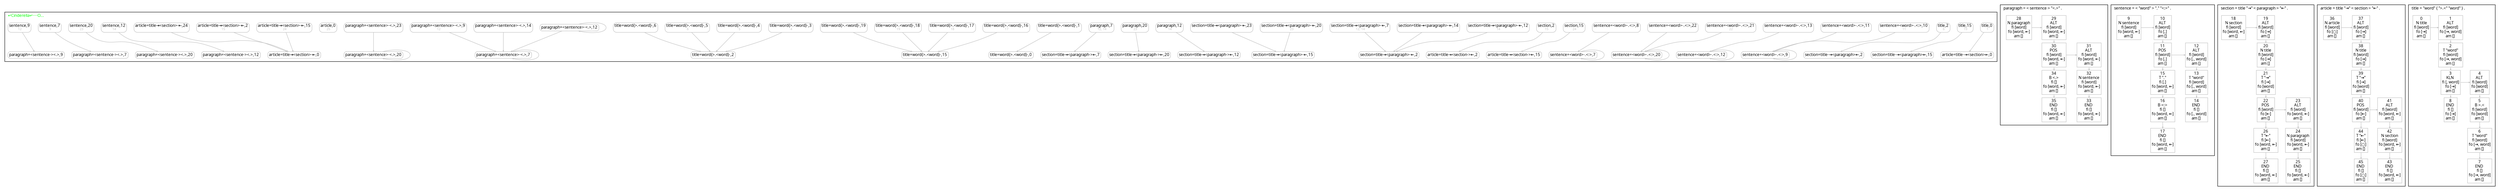
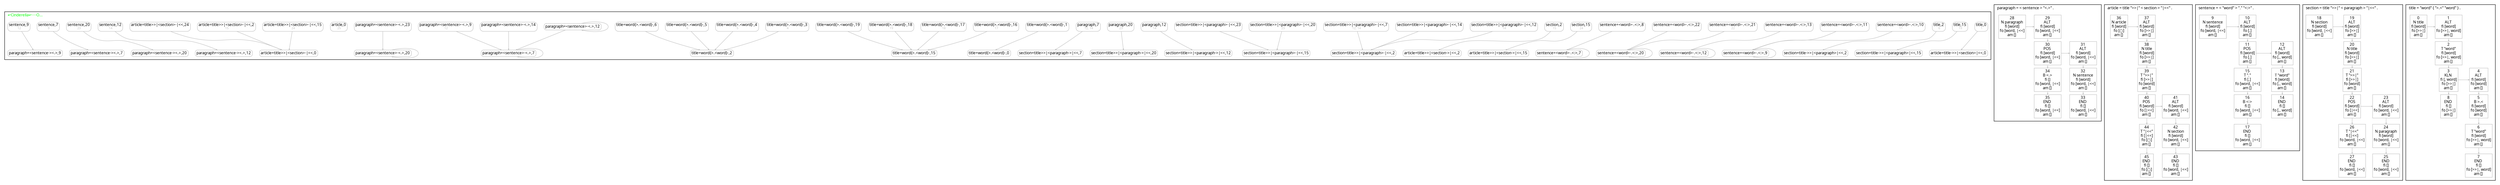
digraph G {
  fontname = Menlo
  fontsize = 10
  node [fontname = Menlo, fontsize = 10, color = gray, height = 0, width = 0, margin= 0.04]
  edge [fontname = Menlo, fontsize = 10, color = gray, arrowsize = 0.3]
  graph [ranksep = 0.1]
  rankdir = "TB"
  subgraph CallReturnForest {
    cluster = true
    label = <↵Cinderella↵····O...> fontcolor = green
    labeljust = l
    node [shape = box, style = rounded, height = 0]
    0.0 [label = <title,0<br/><font color="gray" point-size="8.0"> 1</font>>]
    0.0 -> 38.0
    0.15 [label = <title,15<br/><font color="gray" point-size="8.0"> 19</font>>]
    0.15 -> 20.15
    0.2 [label = <title,2<br/><font color="gray" point-size="8.0"> 6</font>>]
    0.2 -> 20.2
    11.10 [label = <sentence=&lt;word&gt;·.&lt;:&gt;,10<br/><font color="gray" point-size="8.0"> 11</font>>]
    11.10 -> 11.9
    11.11 [label = <sentence=&lt;word&gt;·.&lt;:&gt;,11<br/><font color="gray" point-size="8.0"> </font>>]
    11.11 -> 11.9
    11.12 [label = <sentence=&lt;word&gt;·.&lt;:&gt;,12<br/><font color="gray" point-size="8.0"> 13</font>>]
    11.12 -> 11.12
    11.13 [label = <sentence=&lt;word&gt;·.&lt;:&gt;,13<br/><font color="gray" point-size="8.0"> </font>>]
    11.13 -> 11.12
    11.20 [label = <sentence=&lt;word&gt;·.&lt;:&gt;,20<br/><font color="gray" point-size="8.0"> 21</font>>]
    11.20 -> 11.20
    11.21 [label = <sentence=&lt;word&gt;·.&lt;:&gt;,21<br/><font color="gray" point-size="8.0"> 22</font>>]
    11.21 -> 11.20
    11.22 [label = <sentence=&lt;word&gt;·.&lt;:&gt;,22<br/><font color="gray" point-size="8.0"> </font>>]
    11.22 -> 11.20
    11.7 [label = <sentence=&lt;word&gt;·.&lt;:&gt;,7<br/><font color="gray" point-size="8.0"> 8</font>>]
    11.7 -> 11.7
    11.8 [label = <sentence=&lt;word&gt;·.&lt;:&gt;,8<br/><font color="gray" point-size="8.0"> </font>>]
    11.8 -> 11.7
    11.9 [label = <sentence=&lt;word&gt;·.&lt;:&gt;,9<br/><font color="gray" point-size="8.0"> 10</font>>]
    11.9 -> 11.9
    18.15 [label = <section,15<br/><font color="gray" point-size="8.0"> 24</font>>]
    18.15 -> 42.15
    18.2 [label = <section,2<br/><font color="gray" point-size="8.0"> 15</font>>]
    18.2 -> 42.2
-     22.12 [label = <section=title⇥&lt;paragraph&gt;·⇤,12<br/><font color="gray" point-size="8.0"> 14</font>>]
+     22.12 [label = <section=title&gt;&gt;|&lt;paragraph&gt;·|&lt;&lt;,12<br/><font color="gray" point-size="8.0"> 14</font>>]
    22.12 -> 22.2
-     22.14 [label = <section=title⇥&lt;paragraph&gt;·⇤,14<br/><font color="gray" point-size="8.0"> </font>>]
+     22.14 [label = <section=title&gt;&gt;|&lt;paragraph&gt;·|&lt;&lt;,14<br/><font color="gray" point-size="8.0"> </font>>]
    22.14 -> 22.2
-     22.20 [label = <section=title⇥&lt;paragraph&gt;·⇤,20<br/><font color="gray" point-size="8.0"> 23</font>>]
+     22.20 [label = <section=title&gt;&gt;|&lt;paragraph&gt;·|&lt;&lt;,20<br/><font color="gray" point-size="8.0"> 23</font>>]
    22.20 -> 22.15
-     22.23 [label = <section=title⇥&lt;paragraph&gt;·⇤,23<br/><font color="gray" point-size="8.0"> </font>>]
+     22.23 [label = <section=title&gt;&gt;|&lt;paragraph&gt;·|&lt;&lt;,23<br/><font color="gray" point-size="8.0"> </font>>]
    22.23 -> 22.15
-     22.7 [label = <section=title⇥&lt;paragraph&gt;·⇤,7<br/><font color="gray" point-size="8.0"> 12, 14</font>>]
+     22.7 [label = <section=title&gt;&gt;|&lt;paragraph&gt;·|&lt;&lt;,7<br/><font color="gray" point-size="8.0"> 12, 14</font>>]
    22.7 -> 22.2
    28.12 [label = <paragraph,12<br/><font color="gray" point-size="8.0"> 14</font>>]
    28.12 -> 24.12
    28.20 [label = <paragraph,20<br/><font color="gray" point-size="8.0"> 23</font>>]
    28.20 -> 24.20
    28.7 [label = <paragraph,7<br/><font color="gray" point-size="8.0"> 12, 14</font>>]
    28.7 -> 24.7
    3.1 [label = <title=word{&gt;.&lt;word}·,1<br/><font color="gray" point-size="8.0"> </font>>]
    3.1 -> 3.0
    3.16 [label = <title=word{&gt;.&lt;word}·,16<br/><font color="gray" point-size="8.0"> 17</font>>]
    3.16 -> 3.15
    3.17 [label = <title=word{&gt;.&lt;word}·,17<br/><font color="gray" point-size="8.0"> 18</font>>]
    3.17 -> 3.15
    3.18 [label = <title=word{&gt;.&lt;word}·,18<br/><font color="gray" point-size="8.0"> 19</font>>]
    3.18 -> 3.15
    3.19 [label = <title=word{&gt;.&lt;word}·,19<br/><font color="gray" point-size="8.0"> </font>>]
    3.19 -> 3.15
    3.3 [label = <title=word{&gt;.&lt;word}·,3<br/><font color="gray" point-size="8.0"> 4</font>>]
    3.3 -> 3.2
    3.4 [label = <title=word{&gt;.&lt;word}·,4<br/><font color="gray" point-size="8.0"> 5</font>>]
    3.4 -> 3.2
    3.5 [label = <title=word{&gt;.&lt;word}·,5<br/><font color="gray" point-size="8.0"> 6</font>>]
    3.5 -> 3.2
    3.6 [label = <title=word{&gt;.&lt;word}·,6<br/><font color="gray" point-size="8.0"> </font>>]
    3.6 -> 3.2
    30.12 [label = <paragraph=&lt;sentence&gt;·&lt;.&gt;,12<br/><font color="gray" point-size="8.0"> 14</font>>]
+     30.12 -> 30.12
    30.12 -> 30.7
-     30.12 -> 30.12
    30.14 [label = <paragraph=&lt;sentence&gt;·&lt;.&gt;,14<br/><font color="gray" point-size="8.0"> </font>>]
    30.14 -> 30.7
    30.20 [label = <paragraph=&lt;sentence&gt;·&lt;.&gt;,20<br/><font color="gray" point-size="8.0"> 23</font>>]
    30.20 -> 30.20
    30.23 [label = <paragraph=&lt;sentence&gt;·&lt;.&gt;,23<br/><font color="gray" point-size="8.0"> </font>>]
    30.23 -> 30.20
    30.7 [label = <paragraph=&lt;sentence&gt;·&lt;.&gt;,7<br/><font color="gray" point-size="8.0"> 9</font>>]
    30.7 -> 30.7
    30.9 [label = <paragraph=&lt;sentence&gt;·&lt;.&gt;,9<br/><font color="gray" point-size="8.0"> 12</font>>]
    30.9 -> 30.7
    36.0 [label = <article,0<br/><font color="gray" point-size="8.0"> 25</font>>]
-     40.15 [label = <article=title⇥&lt;section&gt;·⇤,15<br/><font color="gray" point-size="8.0"> 24</font>>]
+     40.15 [label = <article=title&gt;&gt;|&lt;section&gt;·|&lt;&lt;,15<br/><font color="gray" point-size="8.0"> 24</font>>]
    40.15 -> 40.0
-     40.2 [label = <article=title⇥&lt;section&gt;·⇤,2<br/><font color="gray" point-size="8.0"> 15</font>>]
+     40.2 [label = <article=title&gt;&gt;|&lt;section&gt;·|&lt;&lt;,2<br/><font color="gray" point-size="8.0"> 15</font>>]
    40.2 -> 40.0
-     40.24 [label = <article=title⇥&lt;section&gt;·⇤,24<br/><font color="gray" point-size="8.0"> </font>>]
+     40.24 [label = <article=title&gt;&gt;|&lt;section&gt;·|&lt;&lt;,24<br/><font color="gray" point-size="8.0"> </font>>]
    40.24 -> 40.0
    9.12 [label = <sentence,12<br/><font color="gray" point-size="8.0"> 14</font>>]
    9.12 -> 32.12
    9.20 [label = <sentence,20<br/><font color="gray" point-size="8.0"> 23</font>>]
    9.20 -> 32.20
    9.7 [label = <sentence,7<br/><font color="gray" point-size="8.0"> 9</font>>]
    9.7 -> 32.7
    9.9 [label = <sentence,9<br/><font color="gray" point-size="8.0"> 12</font>>]
    9.9 -> 32.9
    11.12 [label = <sentence=&lt;word&gt;·.&lt;:&gt;,12>]
    11.20 [label = <sentence=&lt;word&gt;·.&lt;:&gt;,20>]
    11.7 [label = <sentence=&lt;word&gt;·.&lt;:&gt;,7>]
    11.9 [label = <sentence=&lt;word&gt;·.&lt;:&gt;,9>]
-     20.15 [label = <section=title·⇥&lt;paragraph&gt;⇤,15>]
-     20.2 [label = <section=title·⇥&lt;paragraph&gt;⇤,2>]
-     22.15 [label = <section=title⇥&lt;paragraph&gt;·⇤,15>]
-     22.2 [label = <section=title⇥&lt;paragraph&gt;·⇤,2>]
-     24.12 [label = <section=title⇥&lt;paragraph·&gt;⇤,12>]
-     24.20 [label = <section=title⇥&lt;paragraph·&gt;⇤,20>]
-     24.7 [label = <section=title⇥&lt;paragraph·&gt;⇤,7>]
+     20.15 [label = <section=title·&gt;&gt;|&lt;paragraph&gt;|&lt;&lt;,15>]
+     20.2 [label = <section=title·&gt;&gt;|&lt;paragraph&gt;|&lt;&lt;,2>]
+     22.15 [label = <section=title&gt;&gt;|&lt;paragraph&gt;·|&lt;&lt;,15>]
+     22.2 [label = <section=title&gt;&gt;|&lt;paragraph&gt;·|&lt;&lt;,2>]
+     24.12 [label = <section=title&gt;&gt;|&lt;paragraph·&gt;|&lt;&lt;,12>]
+     24.20 [label = <section=title&gt;&gt;|&lt;paragraph·&gt;|&lt;&lt;,20>]
+     24.7 [label = <section=title&gt;&gt;|&lt;paragraph·&gt;|&lt;&lt;,7>]
    3.0 [label = <title=word{&gt;.&lt;word}·,0>]
    3.15 [label = <title=word{&gt;.&lt;word}·,15>]
    3.2 [label = <title=word{&gt;.&lt;word}·,2>]
    30.12 [label = <paragraph=&lt;sentence&gt;·&lt;.&gt;,12>]
    30.20 [label = <paragraph=&lt;sentence&gt;·&lt;.&gt;,20>]
    30.7 [label = <paragraph=&lt;sentence&gt;·&lt;.&gt;,7>]
    32.12 [label = <paragraph=&lt;sentence·&gt;&lt;.&gt;,12>]
    32.20 [label = <paragraph=&lt;sentence·&gt;&lt;.&gt;,20>]
    32.7 [label = <paragraph=&lt;sentence·&gt;&lt;.&gt;,7>]
    32.9 [label = <paragraph=&lt;sentence·&gt;&lt;.&gt;,9>]
-     38.0 [label = <article=title·⇥&lt;section&gt;⇤,0>]
-     40.0 [label = <article=title⇥&lt;section&gt;·⇤,0>]
-     42.15 [label = <article=title⇥&lt;section·&gt;⇤,15>]
-     42.2 [label = <article=title⇥&lt;section·&gt;⇤,2>]
+     38.0 [label = <article=title·&gt;&gt;|&lt;section&gt;|&lt;&lt;,0>]
+     40.0 [label = <article=title&gt;&gt;|&lt;section&gt;·|&lt;&lt;,0>]
+     42.15 [label = <article=title&gt;&gt;|&lt;section·&gt;|&lt;&lt;,15>]
+     42.2 [label = <article=title&gt;&gt;|&lt;section·&gt;|&lt;&lt;,2>]
  }
  subgraph clusterparagraph {
    node [shape = box]
    label = <paragraph = &lt; sentence &gt; "&lt;.&gt;" .>
    labeljust = l
-     paragraphR0C0 [label = <28<br/>N paragraph<br/>fi [word]<br/>fo [word, ⇤]<br/>am [] >]
-     paragraphR0C1 [label = <29<br/>ALT <br/>fi [word]<br/>fo [word, ⇤]<br/>am [] >]
-     paragraphR1C1 [label = <30<br/>POS <br/>fi [word]<br/>fo [word, ⇤]<br/>am [] >]
-     paragraphR2C1 [label = <34<br/>B &lt;.&gt;<br/>fi []<br/>fo [word, ⇤]<br/>am [] >]
-     paragraphR3C1 [label = <35<br/>END <br/>fi []<br/>fo [word, ⇤]<br/>am [] >]
+     paragraphR0C0 [label = <28<br/>N paragraph<br/>fi [word]<br/>fo [word, |&lt;&lt;]<br/>am [] >]
+     paragraphR0C1 [label = <29<br/>ALT <br/>fi [word]<br/>fo [word, |&lt;&lt;]<br/>am [] >]
+     paragraphR1C1 [label = <30<br/>POS <br/>fi [word]<br/>fo [word, |&lt;&lt;]<br/>am [] >]
+     paragraphR2C1 [label = <34<br/>B &lt;.&gt;<br/>fi []<br/>fo [word, |&lt;&lt;]<br/>am [] >]
+     paragraphR3C1 [label = <35<br/>END <br/>fi []<br/>fo [word, |&lt;&lt;]<br/>am [] >]
    paragraphR2C1 -> paragraphR3C1 [weight=100000000]
    paragraphR1C1 -> paragraphR2C1 [weight=100000000]
-     paragraphR1C2 [label = <31<br/>ALT <br/>fi [word]<br/>fo [word, ⇤]<br/>am [] >]
-     paragraphR2C2 [label = <32<br/>N sentence<br/>fi [word]<br/>fo [word, ⇤]<br/>am [] >]
-     paragraphR3C2 [label = <33<br/>END <br/>fi []<br/>fo [word, ⇤]<br/>am [] >]
+     paragraphR1C2 [label = <31<br/>ALT <br/>fi [word]<br/>fo [word, |&lt;&lt;]<br/>am [] >]
+     paragraphR2C2 [label = <32<br/>N sentence<br/>fi [word]<br/>fo [word, |&lt;&lt;]<br/>am [] >]
+     paragraphR3C2 [label = <33<br/>END <br/>fi []<br/>fo [word, |&lt;&lt;]<br/>am [] >]
    paragraphR2C2 -> paragraphR3C2 [weight=100000000]
    paragraphR1C2 -> paragraphR2C2 [weight=100000000]
    rank = same {paragraphR1C1 -> paragraphR1C2}
    paragraphR0C1 -> paragraphR1C1 [weight=100000000]
    rank = same {paragraphR0C0 -> paragraphR0C1}
    node [style = invis]
    edge [style = invis]
    rank = same {paragraphR0C1 -> paragraphR0C2}
    paragraphR0C0 -> paragraphR1C0 [weight=100000000]
    rank = same {paragraphR1C0 -> paragraphR1C1}
    paragraphR0C2 -> paragraphR1C2 [weight=100000000]
    paragraphR1C0 -> paragraphR2C0 [weight=100000000]
    rank = same {paragraphR2C0 -> paragraphR2C1}
    paragraphR2C0 -> paragraphR3C0 [weight=100000000]
    rank = same {paragraphR3C0 -> paragraphR3C1}
  }
+   subgraph clusterarticle {
+     node [shape = box]
+     label = <article = title "&gt;&gt;|" &lt; section &gt; "|&lt;&lt;" .>
+     labeljust = l
+     articleR0C0 [label = <36<br/>N article<br/>fi [word]<br/>fo [○]<br/>am [] >]
+     articleR0C1 [label = <37<br/>ALT <br/>fi [word]<br/>fo [&gt;&gt;|]<br/>am [] >]
+     articleR1C1 [label = <38<br/>N title<br/>fi [word]<br/>fo [&gt;&gt;|]<br/>am [] >]
+     articleR2C1 [label = <39<br/>T "&gt;&gt;|"<br/>fi [&gt;&gt;|]<br/>fo [word]<br/>am [] >]
+     articleR3C1 [label = <40<br/>POS <br/>fi [word]<br/>fo [|&lt;&lt;]<br/>am [] >]
+     articleR4C1 [label = <44<br/>T "|&lt;&lt;"<br/>fi [|&lt;&lt;]<br/>fo [○]<br/>am [] >]
+     articleR5C1 [label = <45<br/>END <br/>fi []<br/>fo [○]<br/>am [] >]
+     articleR4C1 -> articleR5C1 [weight=100000000]
+     articleR3C1 -> articleR4C1 [weight=100000000]
+     articleR3C2 [label = <41<br/>ALT <br/>fi [word]<br/>fo [word, |&lt;&lt;]<br/>am [] >]
+     articleR4C2 [label = <42<br/>N section<br/>fi [word]<br/>fo [word, |&lt;&lt;]<br/>am [] >]
+     articleR5C2 [label = <43<br/>END <br/>fi []<br/>fo [word, |&lt;&lt;]<br/>am [] >]
+     articleR4C2 -> articleR5C2 [weight=100000000]
+     articleR3C2 -> articleR4C2 [weight=100000000]
+     rank = same {articleR3C1 -> articleR3C2}
+     articleR2C1 -> articleR3C1 [weight=100000000]
+     articleR1C1 -> articleR2C1 [weight=100000000]
+     articleR0C1 -> articleR1C1 [weight=100000000]
+     rank = same {articleR0C0 -> articleR0C1}
+     node [style = invis]
+     edge [style = invis]
+     rank = same {articleR0C1 -> articleR0C2}
+     articleR0C0 -> articleR1C0 [weight=100000000]
+     rank = same {articleR1C0 -> articleR1C1}
+     articleR0C2 -> articleR1C2 [weight=100000000]
+     rank = same {articleR1C1 -> articleR1C2}
+     articleR1C0 -> articleR2C0 [weight=100000000]
+     rank = same {articleR2C0 -> articleR2C1}
+     articleR1C2 -> articleR2C2 [weight=100000000]
+     rank = same {articleR2C1 -> articleR2C2}
+     articleR2C0 -> articleR3C0 [weight=100000000]
+     rank = same {articleR3C0 -> articleR3C1}
+     articleR2C2 -> articleR3C2 [weight=100000000]
+     articleR3C0 -> articleR4C0 [weight=100000000]
+     rank = same {articleR4C0 -> articleR4C1}
+     articleR4C0 -> articleR5C0 [weight=100000000]
+     rank = same {articleR5C0 -> articleR5C1}
+   }
  subgraph clustersentence {
    node [shape = box]
    label = <sentence = &lt; "word" &gt; "." "&lt;:&gt;" .>
    labeljust = l
-     sentenceR0C0 [label = <9<br/>N sentence<br/>fi [word]<br/>fo [word, ⇤]<br/>am [] >]
+     sentenceR0C0 [label = <9<br/>N sentence<br/>fi [word]<br/>fo [word, |&lt;&lt;]<br/>am [] >]
    sentenceR0C1 [label = <10<br/>ALT <br/>fi [word]<br/>fo [.]<br/>am [] >]
    sentenceR1C1 [label = <11<br/>POS <br/>fi [word]<br/>fo [.]<br/>am [] >]
-     sentenceR2C1 [label = <15<br/>T "."<br/>fi [.]<br/>fo [word, ⇤]<br/>am [] >]
-     sentenceR3C1 [label = <16<br/>B &lt;:&gt;<br/>fi []<br/>fo [word, ⇤]<br/>am [] >]
-     sentenceR4C1 [label = <17<br/>END <br/>fi []<br/>fo [word, ⇤]<br/>am [] >]
+     sentenceR2C1 [label = <15<br/>T "."<br/>fi [.]<br/>fo [word, |&lt;&lt;]<br/>am [] >]
+     sentenceR3C1 [label = <16<br/>B &lt;:&gt;<br/>fi []<br/>fo [word, |&lt;&lt;]<br/>am [] >]
+     sentenceR4C1 [label = <17<br/>END <br/>fi []<br/>fo [word, |&lt;&lt;]<br/>am [] >]
    sentenceR3C1 -> sentenceR4C1 [weight=100000000]
    sentenceR2C1 -> sentenceR3C1 [weight=100000000]
    sentenceR1C1 -> sentenceR2C1 [weight=100000000]
    sentenceR1C2 [label = <12<br/>ALT <br/>fi [word]<br/>fo [., word]<br/>am [] >]
    sentenceR2C2 [label = <13<br/>T "word"<br/>fi [word]<br/>fo [., word]<br/>am [] >]
    sentenceR3C2 [label = <14<br/>END <br/>fi []<br/>fo [., word]<br/>am [] >]
    sentenceR2C2 -> sentenceR3C2 [weight=100000000]
    sentenceR1C2 -> sentenceR2C2 [weight=100000000]
    rank = same {sentenceR1C1 -> sentenceR1C2}
    sentenceR0C1 -> sentenceR1C1 [weight=100000000]
    rank = same {sentenceR0C0 -> sentenceR0C1}
    node [style = invis]
    edge [style = invis]
    rank = same {sentenceR0C1 -> sentenceR0C2}
    sentenceR0C0 -> sentenceR1C0 [weight=100000000]
    rank = same {sentenceR1C0 -> sentenceR1C1}
    sentenceR0C2 -> sentenceR1C2 [weight=100000000]
    sentenceR1C0 -> sentenceR2C0 [weight=100000000]
    rank = same {sentenceR2C0 -> sentenceR2C1}
    sentenceR2C0 -> sentenceR3C0 [weight=100000000]
    rank = same {sentenceR3C0 -> sentenceR3C1}
    sentenceR3C0 -> sentenceR4C0 [weight=100000000]
    rank = same {sentenceR4C0 -> sentenceR4C1}
    sentenceR3C2 -> sentenceR4C2 [weight=100000000]
    rank = same {sentenceR4C1 -> sentenceR4C2}
  }
  subgraph clustersection {
    node [shape = box]
-     label = <section = title "⇥" &lt; paragraph &gt; "⇤" .>
-     labeljust = l
-     sectionR0C0 [label = <18<br/>N section<br/>fi [word]<br/>fo [word, ⇤]<br/>am [] >]
-     sectionR0C1 [label = <19<br/>ALT <br/>fi [word]<br/>fo [⇥]<br/>am [] >]
-     sectionR1C1 [label = <20<br/>N title<br/>fi [word]<br/>fo [⇥]<br/>am [] >]
-     sectionR2C1 [label = <21<br/>T "⇥"<br/>fi [⇥]<br/>fo [word]<br/>am [] >]
-     sectionR3C1 [label = <22<br/>POS <br/>fi [word]<br/>fo [⇤]<br/>am [] >]
-     sectionR4C1 [label = <26<br/>T "⇤"<br/>fi [⇤]<br/>fo [word, ⇤]<br/>am [] >]
-     sectionR5C1 [label = <27<br/>END <br/>fi []<br/>fo [word, ⇤]<br/>am [] >]
+     label = <section = title "&gt;&gt;|" &lt; paragraph &gt; "|&lt;&lt;" .>
+     labeljust = l
+     sectionR0C0 [label = <18<br/>N section<br/>fi [word]<br/>fo [word, |&lt;&lt;]<br/>am [] >]
+     sectionR0C1 [label = <19<br/>ALT <br/>fi [word]<br/>fo [&gt;&gt;|]<br/>am [] >]
+     sectionR1C1 [label = <20<br/>N title<br/>fi [word]<br/>fo [&gt;&gt;|]<br/>am [] >]
+     sectionR2C1 [label = <21<br/>T "&gt;&gt;|"<br/>fi [&gt;&gt;|]<br/>fo [word]<br/>am [] >]
+     sectionR3C1 [label = <22<br/>POS <br/>fi [word]<br/>fo [|&lt;&lt;]<br/>am [] >]
+     sectionR4C1 [label = <26<br/>T "|&lt;&lt;"<br/>fi [|&lt;&lt;]<br/>fo [word, |&lt;&lt;]<br/>am [] >]
+     sectionR5C1 [label = <27<br/>END <br/>fi []<br/>fo [word, |&lt;&lt;]<br/>am [] >]
    sectionR4C1 -> sectionR5C1 [weight=100000000]
    sectionR3C1 -> sectionR4C1 [weight=100000000]
-     sectionR3C2 [label = <23<br/>ALT <br/>fi [word]<br/>fo [word, ⇤]<br/>am [] >]
-     sectionR4C2 [label = <24<br/>N paragraph<br/>fi [word]<br/>fo [word, ⇤]<br/>am [] >]
-     sectionR5C2 [label = <25<br/>END <br/>fi []<br/>fo [word, ⇤]<br/>am [] >]
+     sectionR3C2 [label = <23<br/>ALT <br/>fi [word]<br/>fo [word, |&lt;&lt;]<br/>am [] >]
+     sectionR4C2 [label = <24<br/>N paragraph<br/>fi [word]<br/>fo [word, |&lt;&lt;]<br/>am [] >]
+     sectionR5C2 [label = <25<br/>END <br/>fi []<br/>fo [word, |&lt;&lt;]<br/>am [] >]
    sectionR4C2 -> sectionR5C2 [weight=100000000]
    sectionR3C2 -> sectionR4C2 [weight=100000000]
    rank = same {sectionR3C1 -> sectionR3C2}
    sectionR2C1 -> sectionR3C1 [weight=100000000]
    sectionR1C1 -> sectionR2C1 [weight=100000000]
    sectionR0C1 -> sectionR1C1 [weight=100000000]
    rank = same {sectionR0C0 -> sectionR0C1}
    node [style = invis]
    edge [style = invis]
    rank = same {sectionR0C1 -> sectionR0C2}
    sectionR0C0 -> sectionR1C0 [weight=100000000]
    rank = same {sectionR1C0 -> sectionR1C1}
    sectionR0C2 -> sectionR1C2 [weight=100000000]
    rank = same {sectionR1C1 -> sectionR1C2}
    sectionR1C0 -> sectionR2C0 [weight=100000000]
    rank = same {sectionR2C0 -> sectionR2C1}
    sectionR1C2 -> sectionR2C2 [weight=100000000]
    rank = same {sectionR2C1 -> sectionR2C2}
    sectionR2C0 -> sectionR3C0 [weight=100000000]
    rank = same {sectionR3C0 -> sectionR3C1}
    sectionR2C2 -> sectionR3C2 [weight=100000000]
    sectionR3C0 -> sectionR4C0 [weight=100000000]
    rank = same {sectionR4C0 -> sectionR4C1}
    sectionR4C0 -> sectionR5C0 [weight=100000000]
    rank = same {sectionR5C0 -> sectionR5C1}
  }
-   subgraph clusterarticle {
-     node [shape = box]
-     label = <article = title "⇥" &lt; section &gt; "⇤" .>
-     labeljust = l
-     articleR0C0 [label = <36<br/>N article<br/>fi [word]<br/>fo [○]<br/>am [] >]
-     articleR0C1 [label = <37<br/>ALT <br/>fi [word]<br/>fo [⇥]<br/>am [] >]
-     articleR1C1 [label = <38<br/>N title<br/>fi [word]<br/>fo [⇥]<br/>am [] >]
-     articleR2C1 [label = <39<br/>T "⇥"<br/>fi [⇥]<br/>fo [word]<br/>am [] >]
-     articleR3C1 [label = <40<br/>POS <br/>fi [word]<br/>fo [⇤]<br/>am [] >]
-     articleR4C1 [label = <44<br/>T "⇤"<br/>fi [⇤]<br/>fo [○]<br/>am [] >]
-     articleR5C1 [label = <45<br/>END <br/>fi []<br/>fo [○]<br/>am [] >]
-     articleR4C1 -> articleR5C1 [weight=100000000]
-     articleR3C1 -> articleR4C1 [weight=100000000]
-     articleR3C2 [label = <41<br/>ALT <br/>fi [word]<br/>fo [word, ⇤]<br/>am [] >]
-     articleR4C2 [label = <42<br/>N section<br/>fi [word]<br/>fo [word, ⇤]<br/>am [] >]
-     articleR5C2 [label = <43<br/>END <br/>fi []<br/>fo [word, ⇤]<br/>am [] >]
-     articleR4C2 -> articleR5C2 [weight=100000000]
-     articleR3C2 -> articleR4C2 [weight=100000000]
-     rank = same {articleR3C1 -> articleR3C2}
-     articleR2C1 -> articleR3C1 [weight=100000000]
-     articleR1C1 -> articleR2C1 [weight=100000000]
-     articleR0C1 -> articleR1C1 [weight=100000000]
-     rank = same {articleR0C0 -> articleR0C1}
-     node [style = invis]
-     edge [style = invis]
-     rank = same {articleR0C1 -> articleR0C2}
-     articleR0C0 -> articleR1C0 [weight=100000000]
-     rank = same {articleR1C0 -> articleR1C1}
-     articleR0C2 -> articleR1C2 [weight=100000000]
-     rank = same {articleR1C1 -> articleR1C2}
-     articleR1C0 -> articleR2C0 [weight=100000000]
-     rank = same {articleR2C0 -> articleR2C1}
-     articleR1C2 -> articleR2C2 [weight=100000000]
-     rank = same {articleR2C1 -> articleR2C2}
-     articleR2C0 -> articleR3C0 [weight=100000000]
-     rank = same {articleR3C0 -> articleR3C1}
-     articleR2C2 -> articleR3C2 [weight=100000000]
-     articleR3C0 -> articleR4C0 [weight=100000000]
-     rank = same {articleR4C0 -> articleR4C1}
-     articleR4C0 -> articleR5C0 [weight=100000000]
-     rank = same {articleR5C0 -> articleR5C1}
-   }
  subgraph clustertitle {
    node [shape = box]
    label = <title = "word" { "&gt;.&lt;" "word" } .>
    labeljust = l
-     titleR0C0 [label = <0<br/>N title<br/>fi [word]<br/>fo [⇥]<br/>am [] >]
-     titleR0C1 [label = <1<br/>ALT <br/>fi [word]<br/>fo [⇥, word]<br/>am [] >]
-     titleR1C1 [label = <2<br/>T "word"<br/>fi [word]<br/>fo [⇥, word]<br/>am [] >]
-     titleR2C1 [label = <3<br/>KLN <br/>fi [, word]<br/>fo [⇥]<br/>am [] >]
-     titleR3C1 [label = <8<br/>END <br/>fi []<br/>fo [⇥]<br/>am [] >]
+     titleR0C0 [label = <0<br/>N title<br/>fi [word]<br/>fo [&gt;&gt;|]<br/>am [] >]
+     titleR0C1 [label = <1<br/>ALT <br/>fi [word]<br/>fo [&gt;&gt;|, word]<br/>am [] >]
+     titleR1C1 [label = <2<br/>T "word"<br/>fi [word]<br/>fo [&gt;&gt;|, word]<br/>am [] >]
+     titleR2C1 [label = <3<br/>KLN <br/>fi [, word]<br/>fo [&gt;&gt;|]<br/>am [] >]
+     titleR3C1 [label = <8<br/>END <br/>fi []<br/>fo [&gt;&gt;|]<br/>am [] >]
    titleR2C1 -> titleR3C1 [weight=100000000]
    titleR2C2 [label = <4<br/>ALT <br/>fi [word]<br/>fo [word]<br/>am [] >]
    titleR3C2 [label = <5<br/>B &gt;.&lt;<br/>fi [word]<br/>fo [word]<br/>am [] >]
-     titleR4C2 [label = <6<br/>T "word"<br/>fi [word]<br/>fo [⇥, word]<br/>am [] >]
-     titleR5C2 [label = <7<br/>END <br/>fi []<br/>fo [⇥, word]<br/>am [] >]
+     titleR4C2 [label = <6<br/>T "word"<br/>fi [word]<br/>fo [&gt;&gt;|, word]<br/>am [] >]
+     titleR5C2 [label = <7<br/>END <br/>fi []<br/>fo [&gt;&gt;|, word]<br/>am [] >]
    titleR4C2 -> titleR5C2 [weight=100000000]
    titleR3C2 -> titleR4C2 [weight=100000000]
    titleR2C2 -> titleR3C2 [weight=100000000]
    rank = same {titleR2C1 -> titleR2C2}
    titleR1C1 -> titleR2C1 [weight=100000000]
    titleR0C1 -> titleR1C1 [weight=100000000]
    rank = same {titleR0C0 -> titleR0C1}
    node [style = invis]
    edge [style = invis]
    rank = same {titleR0C1 -> titleR0C2}
    titleR0C0 -> titleR1C0 [weight=100000000]
    rank = same {titleR1C0 -> titleR1C1}
    titleR0C2 -> titleR1C2 [weight=100000000]
    rank = same {titleR1C1 -> titleR1C2}
    titleR1C0 -> titleR2C0 [weight=100000000]
    rank = same {titleR2C0 -> titleR2C1}
    titleR1C2 -> titleR2C2 [weight=100000000]
    titleR2C0 -> titleR3C0 [weight=100000000]
    rank = same {titleR3C0 -> titleR3C1}
    titleR3C0 -> titleR4C0 [weight=100000000]
    titleR3C1 -> titleR4C1 [weight=100000000]
    rank = same {titleR4C0 -> titleR4C1}
    rank = same {titleR4C1 -> titleR4C2}
    titleR4C0 -> titleR5C0 [weight=100000000]
    titleR4C1 -> titleR5C1 [weight=100000000]
    rank = same {titleR5C0 -> titleR5C1}
    rank = same {titleR5C1 -> titleR5C2}
  }
}